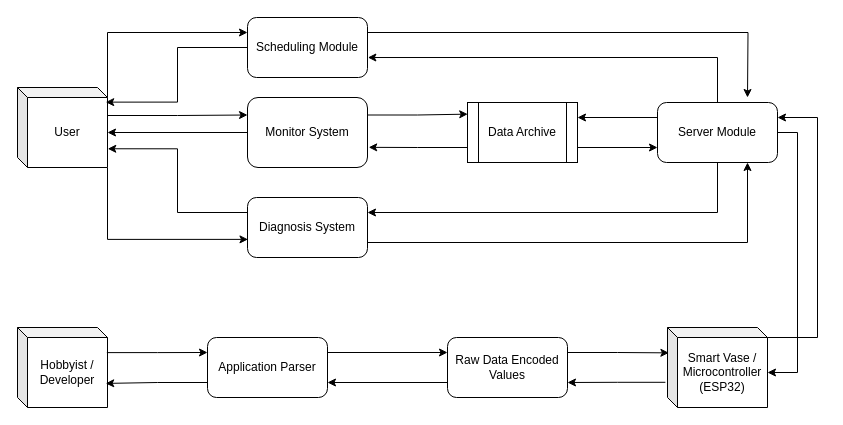
The draw.io diagram DFD (Latest).drawio in DhominickJ/aquaterra, before the edit. Source tidied: cells renumbered, new cells numbered last; positions are measured from the earlier drawing's top-left corner, leaving out a move shared by most shapes. Both pictures are drawn from the tidied source at 100%, with x=0, y=0 at pixel (17, 17).
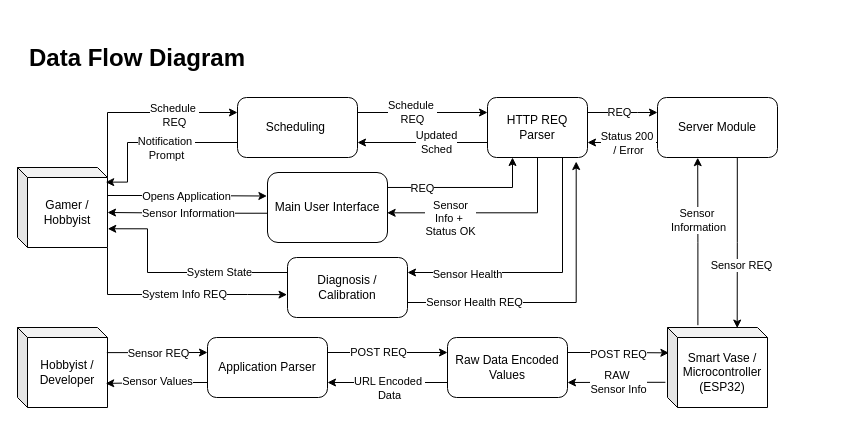
The same page after the edit.

Unchanged cells that the change refers to:
```xml
<mxCell id="19" value="Smart Vase /&lt;div&gt;Microcontroller (ESP32)&lt;/div&gt;" style="shape=cube;whiteSpace=wrap;html=1;boundedLbl=1;backgroundOutline=1;darkOpacity=0.05;darkOpacity2=0.1;size=10;" parent="1" vertex="1">
  <mxGeometry x="650" y="310" width="100" height="80" as="geometry" />
</mxCell>
<mxCell id="22" style="edgeStyle=orthogonalEdgeStyle;rounded=0;jettySize=auto;html=1;exitX=1;exitY=0.25;exitDx=0;exitDy=0;entryX=0;entryY=0.25;entryDx=0;entryDy=0;" parent="1" edge="1" source="23" target="25">
  <mxGeometry relative="1" as="geometry" />
</mxCell>
<mxCell id="24" style="edgeStyle=orthogonalEdgeStyle;rounded=0;jettySize=auto;html=1;exitX=0;exitY=0.75;exitDx=0;exitDy=0;entryX=1;entryY=0.75;entryDx=0;entryDy=0;" parent="1" edge="1" source="25" target="23">
  <mxGeometry relative="1" as="geometry" />
</mxCell>
<mxCell id="26" style="edgeStyle=orthogonalEdgeStyle;rounded=0;jettySize=auto;html=1;exitX=0.993;exitY=0.314;exitDx=0;exitDy=0;exitPerimeter=0;entryX=0;entryY=0.25;entryDx=0;entryDy=0;" parent="1" edge="1" source="21" target="23">
  <mxGeometry relative="1" as="geometry" />
</mxCell>
<mxCell id="27" style="edgeStyle=orthogonalEdgeStyle;rounded=0;jettySize=auto;html=1;exitX=0;exitY=0.75;exitDx=0;exitDy=0;entryX=0.98;entryY=0.699;entryDx=0;entryDy=0;entryPerimeter=0;" parent="1" edge="1" source="23" target="21">
  <mxGeometry relative="1" as="geometry" />
</mxCell>
<mxCell id="28" style="edgeStyle=orthogonalEdgeStyle;rounded=0;jettySize=auto;html=1;exitX=1;exitY=0.25;exitDx=0;exitDy=0;entryX=0.014;entryY=0.317;entryDx=0;entryDy=0;entryPerimeter=0;" parent="1" edge="1" source="25" target="19">
  <mxGeometry relative="1" as="geometry" />
</mxCell>
<mxCell id="29" style="edgeStyle=orthogonalEdgeStyle;rounded=0;jettySize=auto;html=1;exitX=-0.021;exitY=0.685;exitDx=0;exitDy=0;exitPerimeter=0;entryX=1;entryY=0.75;entryDx=0;entryDy=0;" parent="1" edge="1" source="19" target="25">
  <mxGeometry relative="1" as="geometry" />
</mxCell>
```

The edit, as a diff of the source:
```diff
@@
-    <mxCell id="2" style="edgeStyle=orthogonalEdgeStyle;rounded=0;jettySize=auto;html=1;exitX=0;exitY=0;exitDx=90;exitDy=10;exitPerimeter=0;entryX=0;entryY=0.25;entryDx=0;entryDy=0;" parent="1" edge="1" source="5" target="7">
-      <mxGeometry relative="1" as="geometry">
-        <Array as="points">
-          <mxPoint x="90" y="15" />
-        </Array>
-      </mxGeometry>
-    </mxCell>
-    <mxCell id="3" style="edgeStyle=orthogonalEdgeStyle;rounded=0;jettySize=auto;html=1;exitX=0;exitY=0;exitDx=90;exitDy=45;exitPerimeter=0;entryX=0;entryY=0.25;entryDx=0;entryDy=0;" parent="1" edge="1" source="5" target="8">
-      <mxGeometry relative="1" as="geometry">
-        <Array as="points">
-          <mxPoint x="90" y="98" />
-          <mxPoint x="160" y="98" />
-        </Array>
-      </mxGeometry>
-    </mxCell>
-    <mxCell id="4" style="edgeStyle=orthogonalEdgeStyle;rounded=0;jettySize=auto;html=1;exitX=1;exitY=1;exitDx=0;exitDy=0;exitPerimeter=0;entryX=0.004;entryY=0.698;entryDx=0;entryDy=0;entryPerimeter=0;" parent="1" edge="1" source="5" target="10">
-      <mxGeometry relative="1" as="geometry">
-        <Array as="points">
-          <mxPoint x="90" y="222" />
-        </Array>
-      </mxGeometry>
-    </mxCell>
-    <mxCell id="5" value="User" style="shape=cube;whiteSpace=wrap;html=1;boundedLbl=1;backgroundOutline=1;darkOpacity=0.05;darkOpacity2=0.1;size=10;" parent="1" vertex="1">
-      <mxGeometry y="70" width="90" height="80" as="geometry" />
-    </mxCell>
-    <mxCell id="6" style="edgeStyle=orthogonalEdgeStyle;rounded=0;jettySize=auto;html=1;exitX=1;exitY=0.25;exitDx=0;exitDy=0;" parent="1" edge="1" source="7">
-      <mxGeometry relative="1" as="geometry">
-        <mxPoint x="730" y="80" as="targetPoint" />
-      </mxGeometry>
-    </mxCell>
-    <mxCell id="7" value="Scheduling Module" style="rounded=1;whiteSpace=wrap;html=1;" parent="1" vertex="1">
-      <mxGeometry x="230" width="120" height="60" as="geometry" />
-    </mxCell>
-    <mxCell id="8" value="Monitor System" style="rounded=1;whiteSpace=wrap;html=1;" parent="1" vertex="1">
-      <mxGeometry x="230" y="80" width="120" height="70" as="geometry" />
-    </mxCell>
-    <mxCell id="9" style="edgeStyle=orthogonalEdgeStyle;rounded=0;jettySize=auto;html=1;exitX=1;exitY=0.75;exitDx=0;exitDy=0;entryX=0.75;entryY=1;entryDx=0;entryDy=0;" parent="1" edge="1" source="10" target="16">
-      <mxGeometry relative="1" as="geometry" />
-    </mxCell>
-    <mxCell id="10" value="Diagnosis System" style="rounded=1;whiteSpace=wrap;html=1;" parent="1" vertex="1">
-      <mxGeometry x="230" y="180" width="120" height="60" as="geometry" />
-    </mxCell>
-    <mxCell id="11" style="edgeStyle=orthogonalEdgeStyle;rounded=0;jettySize=auto;html=1;exitX=0;exitY=0.5;exitDx=0;exitDy=0;entryX=0.98;entryY=0.183;entryDx=0;entryDy=0;entryPerimeter=0;" parent="1" edge="1" source="7" target="5">
-      <mxGeometry relative="1" as="geometry">
-        <Array as="points">
-          <mxPoint x="160" y="30" />
-          <mxPoint x="160" y="85" />
-          <mxPoint x="88" y="85" />
-        </Array>
-      </mxGeometry>
-    </mxCell>
-    <mxCell id="12" style="edgeStyle=orthogonalEdgeStyle;rounded=0;jettySize=auto;html=1;exitX=0;exitY=0.5;exitDx=0;exitDy=0;entryX=0;entryY=0;entryDx=90;entryDy=45;entryPerimeter=0;" parent="1" edge="1" source="8" target="5">
-      <mxGeometry relative="1" as="geometry" />
-    </mxCell>
-    <mxCell id="13" style="edgeStyle=orthogonalEdgeStyle;rounded=0;jettySize=auto;html=1;exitX=0;exitY=0.25;exitDx=0;exitDy=0;entryX=1.003;entryY=0.766;entryDx=0;entryDy=0;entryPerimeter=0;" parent="1" edge="1" source="10" target="5">
-      <mxGeometry relative="1" as="geometry" />
-    </mxCell>
-    <mxCell id="14" style="edgeStyle=orthogonalEdgeStyle;rounded=0;jettySize=auto;html=1;exitX=0.5;exitY=1;exitDx=0;exitDy=0;entryX=1;entryY=0.25;entryDx=0;entryDy=0;" parent="1" edge="1" source="16" target="10">
-      <mxGeometry relative="1" as="geometry" />
-    </mxCell>
-    <mxCell id="15" style="edgeStyle=orthogonalEdgeStyle;rounded=0;jettySize=auto;html=1;exitX=0;exitY=0.25;exitDx=0;exitDy=0;entryX=1;entryY=0.25;entryDx=0;entryDy=0;" parent="1" edge="1" source="16" target="31">
-      <mxGeometry relative="1" as="geometry" />
-    </mxCell>
+    <mxCell id="34" style="edgeStyle=orthogonalEdgeStyle;rounded=0;jettySize=auto;html=1;exitX=0;exitY=0.75;exitDx=0;exitDy=0;entryX=1;entryY=0.75;entryDx=0;entryDy=0;" parent="1" edge="1" source="16" target="70">
+      <mxGeometry relative="1" as="geometry" />
+    </mxCell>
+    <mxCell id="35" value="Status 200&amp;nbsp;&lt;div&gt;/ Error&lt;/div&gt;" style="edgeLabel;html=1;align=center;verticalAlign=middle;" parent="34" vertex="1">
+      <mxGeometry x="0.35" relative="1" as="geometry">
+        <mxPoint x="17" as="offset" />
+      </mxGeometry>
+    </mxCell>
     <mxCell id="16" value="Server Module" style="rounded=1;whiteSpace=wrap;html=1;" parent="1" vertex="1">
-      <mxGeometry x="640" y="85" width="120" height="60" as="geometry" />
+      <mxGeometry x="640" y="80" width="120" height="60" as="geometry" />
     </mxCell>
-    <mxCell id="17" style="edgeStyle=orthogonalEdgeStyle;rounded=0;jettySize=auto;html=1;exitX=0.5;exitY=0;exitDx=0;exitDy=0;entryX=1.003;entryY=0.667;entryDx=0;entryDy=0;entryPerimeter=0;" parent="1" edge="1" source="16" target="7">
-      <mxGeometry relative="1" as="geometry" />
-    </mxCell>
-    <mxCell id="18" style="edgeStyle=orthogonalEdgeStyle;rounded=0;jettySize=auto;html=1;exitX=0.712;exitY=-0.017;exitDx=0;exitDy=0;exitPerimeter=0;entryX=1;entryY=0.25;entryDx=0;entryDy=0;" parent="1" edge="1" target="16">
-      <mxGeometry relative="1" as="geometry">
-        <mxPoint x="721.2" y="318.6" as="sourcePoint" />
-        <Array as="points">
-          <mxPoint x="721" y="320" />
-          <mxPoint x="800" y="320" />
-          <mxPoint x="800" y="100" />
-        </Array>
-      </mxGeometry>
-    </mxCell>
+    <mxCell id="36" style="edgeStyle=orthogonalEdgeStyle;rounded=0;jettySize=auto;html=1;exitX=0.304;exitY=-0.029;exitDx=0;exitDy=0;exitPerimeter=0;entryX=0.335;entryY=1.003;entryDx=0;entryDy=0;entryPerimeter=0;" parent="1" edge="1" source="19" target="16">
+      <mxGeometry relative="1" as="geometry">
+        <Array as="points">
+          <mxPoint x="680" y="225" />
+        </Array>
+      </mxGeometry>
+    </mxCell>
+    <mxCell id="37" value="Sensor&amp;nbsp;&lt;div&gt;Information&lt;/div&gt;" style="edgeLabel;html=1;align=center;verticalAlign=middle;" parent="36" vertex="1">
+      <mxGeometry x="0.25" relative="1" as="geometry" />
+    </mxCell>
@@
-    <mxCell id="20" style="edgeStyle=orthogonalEdgeStyle;rounded=0;jettySize=auto;html=1;exitX=1;exitY=0.5;exitDx=0;exitDy=0;entryX=0;entryY=0;entryDx=100;entryDy=45;entryPerimeter=0;" parent="1" edge="1" source="16" target="19">
-      <mxGeometry relative="1" as="geometry" />
-    </mxCell>
@@
+    <mxCell id="38" value="POST REQ" style="edgeLabel;html=1;align=center;verticalAlign=middle;" parent="22" vertex="1">
+      <mxGeometry x="-0.39" y="1" relative="1" as="geometry">
+        <mxPoint x="13" as="offset" />
+      </mxGeometry>
+    </mxCell>
@@
+    <mxCell id="39" value="URL Encoded&amp;nbsp;&lt;div&gt;Data&lt;/div&gt;" style="edgeLabel;html=1;align=center;verticalAlign=middle;" parent="24" vertex="1">
+      <mxGeometry x="0.49" y="1" relative="1" as="geometry">
+        <mxPoint x="30" y="4" as="offset" />
+      </mxGeometry>
+    </mxCell>
@@
+    <mxCell id="40" value="Sensor REQ" style="edgeLabel;html=1;align=center;verticalAlign=middle;" parent="26" vertex="1">
+      <mxGeometry x="-0.47" relative="1" as="geometry">
+        <mxPoint x="24" as="offset" />
+      </mxGeometry>
+    </mxCell>
@@
+    <mxCell id="41" value="Sensor Values" style="edgeLabel;html=1;align=center;verticalAlign=middle;" parent="27" vertex="1">
+      <mxGeometry x="0.17" y="-2" relative="1" as="geometry">
+        <mxPoint x="9" as="offset" />
+      </mxGeometry>
+    </mxCell>
@@
+    <mxCell id="42" value="POST REQ" style="edgeLabel;html=1;align=center;verticalAlign=middle;" parent="28" vertex="1">
+      <mxGeometry x="-0.54" y="-1" relative="1" as="geometry">
+        <mxPoint x="27" as="offset" />
+      </mxGeometry>
+    </mxCell>
@@
-    <mxCell id="30" style="edgeStyle=orthogonalEdgeStyle;rounded=0;jettySize=auto;html=1;exitX=1;exitY=0.75;exitDx=0;exitDy=0;entryX=0;entryY=0.75;entryDx=0;entryDy=0;" parent="1" edge="1" source="31" target="16">
-      <mxGeometry relative="1" as="geometry" />
-    </mxCell>
-    <mxCell id="31" value="Data Archive" style="shape=process;whiteSpace=wrap;html=1;backgroundOutline=1;" parent="1" vertex="1">
-      <mxGeometry x="450" y="85" width="110" height="60" as="geometry" />
-    </mxCell>
-    <mxCell id="32" style="edgeStyle=orthogonalEdgeStyle;rounded=0;jettySize=auto;html=1;exitX=1;exitY=0.25;exitDx=0;exitDy=0;entryX=0.002;entryY=0.194;entryDx=0;entryDy=0;entryPerimeter=0;" parent="1" edge="1" source="8" target="31">
-      <mxGeometry relative="1" as="geometry" />
-    </mxCell>
-    <mxCell id="33" style="edgeStyle=orthogonalEdgeStyle;rounded=0;jettySize=auto;html=1;exitX=0;exitY=0.75;exitDx=0;exitDy=0;entryX=1.01;entryY=0.712;entryDx=0;entryDy=0;entryPerimeter=0;" parent="1" edge="1" source="31" target="8">
-      <mxGeometry relative="1" as="geometry" />
-    </mxCell>
+    <mxCell id="43" value="RAW&amp;nbsp;&lt;div&gt;Sensor Info&lt;/div&gt;" style="edgeLabel;html=1;align=center;verticalAlign=middle;" parent="29" vertex="1">
+      <mxGeometry x="0.38" y="-1" relative="1" as="geometry">
+        <mxPoint x="20" as="offset" />
+      </mxGeometry>
+    </mxCell>
+    <mxCell id="44" style="edgeStyle=orthogonalEdgeStyle;rounded=0;jettySize=auto;html=1;exitX=0;exitY=0;exitDx=90;exitDy=10;exitPerimeter=0;entryX=0;entryY=0.25;entryDx=0;entryDy=0;" parent="1" edge="1" source="50" target="53">
+      <mxGeometry relative="1" as="geometry">
+        <Array as="points">
+          <mxPoint x="90" y="95" />
+        </Array>
+      </mxGeometry>
+    </mxCell>
+    <mxCell id="45" value="Schedule&amp;nbsp;&lt;div&gt;REQ&lt;/div&gt;" style="edgeLabel;html=1;align=center;verticalAlign=middle;" parent="44" vertex="1">
+      <mxGeometry x="-0.01" y="-2" relative="1" as="geometry">
+        <mxPoint x="34" as="offset" />
+      </mxGeometry>
+    </mxCell>
+    <mxCell id="46" style="edgeStyle=orthogonalEdgeStyle;rounded=0;jettySize=auto;html=1;exitX=0;exitY=0;exitDx=90;exitDy=45;exitPerimeter=0;entryX=-0.005;entryY=0.336;entryDx=0;entryDy=0;entryPerimeter=0;" parent="1" edge="1" source="50" target="56">
+      <mxGeometry relative="1" as="geometry">
+        <Array as="points">
+          <mxPoint x="90" y="178" />
+          <mxPoint x="160" y="178" />
+        </Array>
+      </mxGeometry>
+    </mxCell>
+    <mxCell id="47" value="Opens Application" style="edgeLabel;html=1;align=center;verticalAlign=middle;" parent="46" vertex="1">
+      <mxGeometry x="-0.28" relative="1" as="geometry">
+        <mxPoint x="31" as="offset" />
+      </mxGeometry>
+    </mxCell>
+    <mxCell id="48" style="edgeStyle=orthogonalEdgeStyle;rounded=0;jettySize=auto;html=1;exitX=1;exitY=1;exitDx=0;exitDy=0;exitPerimeter=0;entryX=-0.004;entryY=0.619;entryDx=0;entryDy=0;entryPerimeter=0;" parent="1" edge="1" source="50" target="57">
+      <mxGeometry relative="1" as="geometry">
+        <Array as="points">
+          <mxPoint x="90" y="277" />
+          <mxPoint x="230" y="277" />
+        </Array>
+      </mxGeometry>
+    </mxCell>
+    <mxCell id="49" value="System Info REQ" style="edgeLabel;html=1;align=center;verticalAlign=middle;" parent="48" vertex="1">
+      <mxGeometry x="-0.15" y="1" relative="1" as="geometry">
+        <mxPoint x="27" as="offset" />
+      </mxGeometry>
+    </mxCell>
+    <mxCell id="50" value="Gamer /&lt;br&gt;Hobbyist" style="shape=cube;whiteSpace=wrap;html=1;boundedLbl=1;backgroundOutline=1;darkOpacity=0.05;darkOpacity2=0.1;size=10;fillColor=#FFFFFF;" parent="1" vertex="1">
+      <mxGeometry y="150" width="90" height="80" as="geometry" />
+    </mxCell>
+    <mxCell id="51" style="edgeStyle=orthogonalEdgeStyle;rounded=0;jettySize=auto;html=1;exitX=1;exitY=0.25;exitDx=0;exitDy=0;entryX=0;entryY=0.25;entryDx=0;entryDy=0;" parent="1" edge="1" source="53" target="70">
+      <mxGeometry relative="1" as="geometry" />
+    </mxCell>
+    <mxCell id="52" value="Schedule&amp;nbsp;&lt;div&gt;REQ&lt;/div&gt;" style="edgeLabel;html=1;align=center;verticalAlign=middle;" parent="51" vertex="1">
+      <mxGeometry x="-0.44" y="1" relative="1" as="geometry">
+        <mxPoint x="18" as="offset" />
+      </mxGeometry>
+    </mxCell>
+    <mxCell id="53" value="Scheduling&amp;nbsp;" style="rounded=1;whiteSpace=wrap;html=1;fillColor=#FFFFFF;" parent="1" vertex="1">
+      <mxGeometry x="220" y="80" width="120" height="60" as="geometry" />
+    </mxCell>
+    <mxCell id="54" style="edgeStyle=orthogonalEdgeStyle;rounded=0;jettySize=auto;html=1;exitX=1.003;exitY=0.214;exitDx=0;exitDy=0;entryX=0.25;entryY=1;entryDx=0;entryDy=0;exitPerimeter=0;" parent="1" edge="1" source="56" target="70">
+      <mxGeometry relative="1" as="geometry" />
+    </mxCell>
+    <mxCell id="55" value="REQ" style="edgeLabel;html=1;align=center;verticalAlign=middle;" parent="54" vertex="1">
+      <mxGeometry x="-0.62" y="-1" relative="1" as="geometry">
+        <mxPoint x="5" as="offset" />
+      </mxGeometry>
+    </mxCell>
+    <mxCell id="56" value="Main User Interface" style="rounded=1;whiteSpace=wrap;html=1;fillColor=#FFFFFF;" parent="1" vertex="1">
+      <mxGeometry x="250" y="155" width="120" height="70" as="geometry" />
+    </mxCell>
+    <mxCell id="57" value="Diagnosis / Calibration" style="rounded=1;whiteSpace=wrap;html=1;fillColor=#FFFFFF;" parent="1" vertex="1">
+      <mxGeometry x="270" y="240" width="120" height="60" as="geometry" />
+    </mxCell>
+    <mxCell id="58" style="edgeStyle=orthogonalEdgeStyle;rounded=0;jettySize=auto;html=1;exitX=0;exitY=0.75;exitDx=0;exitDy=0;entryX=0.98;entryY=0.183;entryDx=0;entryDy=0;entryPerimeter=0;" parent="1" edge="1" source="53" target="50">
+      <mxGeometry relative="1" as="geometry">
+        <Array as="points">
+          <mxPoint x="110" y="125" />
+          <mxPoint x="110" y="165" />
+        </Array>
+      </mxGeometry>
+    </mxCell>
+    <mxCell id="59" value="Notification&amp;nbsp;&lt;div&gt;Prompt&lt;/div&gt;" style="edgeLabel;html=1;align=center;verticalAlign=middle;" parent="58" vertex="1">
+      <mxGeometry x="-0.13" relative="1" as="geometry">
+        <mxPoint x="3" y="5" as="offset" />
+      </mxGeometry>
+    </mxCell>
+    <mxCell id="60" style="edgeStyle=orthogonalEdgeStyle;rounded=0;jettySize=auto;html=1;exitX=0.004;exitY=0.582;exitDx=0;exitDy=0;entryX=0;entryY=0;entryDx=90;entryDy=45;entryPerimeter=0;exitPerimeter=0;" parent="1" edge="1" source="56" target="50">
+      <mxGeometry relative="1" as="geometry" />
+    </mxCell>
+    <mxCell id="61" value="Sensor Information" style="edgeLabel;html=1;align=center;verticalAlign=middle;" parent="60" vertex="1">
+      <mxGeometry x="0.11" y="1" relative="1" as="geometry">
+        <mxPoint x="8" y="-1" as="offset" />
+      </mxGeometry>
+    </mxCell>
+    <mxCell id="62" style="edgeStyle=orthogonalEdgeStyle;rounded=0;jettySize=auto;html=1;exitX=0;exitY=0.25;exitDx=0;exitDy=0;entryX=1.003;entryY=0.766;entryDx=0;entryDy=0;entryPerimeter=0;" parent="1" edge="1" source="57" target="50">
+      <mxGeometry relative="1" as="geometry">
+        <Array as="points">
+          <mxPoint x="130" y="255" />
+          <mxPoint x="130" y="211" />
+        </Array>
+      </mxGeometry>
+    </mxCell>
+    <mxCell id="63" value="System State" style="edgeLabel;html=1;align=center;verticalAlign=middle;" parent="62" vertex="1">
+      <mxGeometry x="-0.02" y="-1" relative="1" as="geometry">
+        <mxPoint x="40" as="offset" />
+      </mxGeometry>
+    </mxCell>
+    <mxCell id="64" style="edgeStyle=orthogonalEdgeStyle;rounded=0;jettySize=auto;html=1;exitX=0.5;exitY=1;exitDx=0;exitDy=0;entryX=0.997;entryY=0.576;entryDx=0;entryDy=0;entryPerimeter=0;" parent="1" edge="1" source="70" target="56">
+      <mxGeometry relative="1" as="geometry" />
+    </mxCell>
+    <mxCell id="65" value="Sensor&lt;div&gt;Info +&amp;nbsp;&lt;/div&gt;&lt;div&gt;Status OK&lt;/div&gt;" style="edgeLabel;html=1;align=center;verticalAlign=middle;" parent="64" vertex="1">
+      <mxGeometry x="0.45" y="-1" relative="1" as="geometry">
+        <mxPoint x="6" y="6" as="offset" />
+      </mxGeometry>
+    </mxCell>
+    <mxCell id="66" style="edgeStyle=orthogonalEdgeStyle;rounded=0;jettySize=auto;html=1;exitX=0;exitY=0.75;exitDx=0;exitDy=0;entryX=1;entryY=0.75;entryDx=0;entryDy=0;" parent="1" edge="1" source="70" target="53">
+      <mxGeometry relative="1" as="geometry" />
+    </mxCell>
+    <mxCell id="67" value="Updated&lt;div&gt;Sched&lt;/div&gt;" style="edgeLabel;html=1;align=center;verticalAlign=middle;" parent="66" vertex="1">
+      <mxGeometry x="-0.51" relative="1" as="geometry">
+        <mxPoint x="-20" as="offset" />
+      </mxGeometry>
+    </mxCell>
+    <mxCell id="68" style="edgeStyle=orthogonalEdgeStyle;rounded=0;jettySize=auto;html=1;exitX=1;exitY=0.25;exitDx=0;exitDy=0;entryX=0;entryY=0.25;entryDx=0;entryDy=0;" parent="1" edge="1" source="70" target="16">
+      <mxGeometry relative="1" as="geometry">
+        <Array as="points">
+          <mxPoint x="620" y="95" />
+          <mxPoint x="620" y="95" />
+        </Array>
+      </mxGeometry>
+    </mxCell>
+    <mxCell id="69" value="REQ" style="edgeLabel;html=1;align=center;verticalAlign=middle;" parent="68" vertex="1">
+      <mxGeometry x="-0.64" y="1" relative="1" as="geometry">
+        <mxPoint x="18" as="offset" />
+      </mxGeometry>
+    </mxCell>
+    <mxCell id="70" value="HTTP REQ Parser" style="rounded=1;whiteSpace=wrap;html=1;fillColor=#FFFFFF;" parent="1" vertex="1">
+      <mxGeometry x="470" y="80" width="100" height="60" as="geometry" />
+    </mxCell>
+    <mxCell id="71" style="edgeStyle=orthogonalEdgeStyle;rounded=0;jettySize=auto;html=1;exitX=0.75;exitY=1;exitDx=0;exitDy=0;entryX=1;entryY=0.25;entryDx=0;entryDy=0;" parent="1" edge="1" source="70" target="57">
+      <mxGeometry relative="1" as="geometry" />
+    </mxCell>
+    <mxCell id="72" value="Sensor Health" style="edgeLabel;html=1;align=center;verticalAlign=middle;" parent="71" vertex="1">
+      <mxGeometry x="0.7" y="1" relative="1" as="geometry">
+        <mxPoint x="19" as="offset" />
+      </mxGeometry>
+    </mxCell>
+    <mxCell id="73" style="edgeStyle=orthogonalEdgeStyle;rounded=0;jettySize=auto;html=1;exitX=1;exitY=0.75;exitDx=0;exitDy=0;entryX=0.887;entryY=1.067;entryDx=0;entryDy=0;entryPerimeter=0;" parent="1" edge="1" source="57" target="70">
+      <mxGeometry relative="1" as="geometry" />
+    </mxCell>
+    <mxCell id="74" value="Sensor Health REQ" style="edgeLabel;html=1;align=center;verticalAlign=middle;" parent="73" vertex="1">
+      <mxGeometry x="-0.72" y="1" relative="1" as="geometry">
+        <mxPoint x="23" as="offset" />
+      </mxGeometry>
+    </mxCell>
+    <mxCell id="20" style="edgeStyle=orthogonalEdgeStyle;rounded=0;jettySize=auto;html=1;exitX=0.665;exitY=0.993;exitDx=0;exitDy=0;entryX=0.697;entryY=0.007;entryDx=0;entryDy=0;entryPerimeter=0;exitPerimeter=0;" parent="1" edge="1" source="16" target="19">
+      <mxGeometry relative="1" as="geometry" />
+    </mxCell>
+    <mxCell id="75" value="Sensor REQ" style="edgeLabel;html=1;align=center;verticalAlign=middle;" parent="20" vertex="1">
+      <mxGeometry x="0.26" y="4" relative="1" as="geometry" />
+    </mxCell>
+    <mxCell id="76" value="&lt;h1 style=&quot;margin-top: 0px;&quot;&gt;Data Flow Diagram&lt;/h1&gt;" style="text;html=1;whiteSpace=wrap;overflow=hidden;rounded=0;" parent="1" vertex="1">
+      <mxGeometry x="10" y="20" width="240" height="120" as="geometry" />
+    </mxCell>
```
